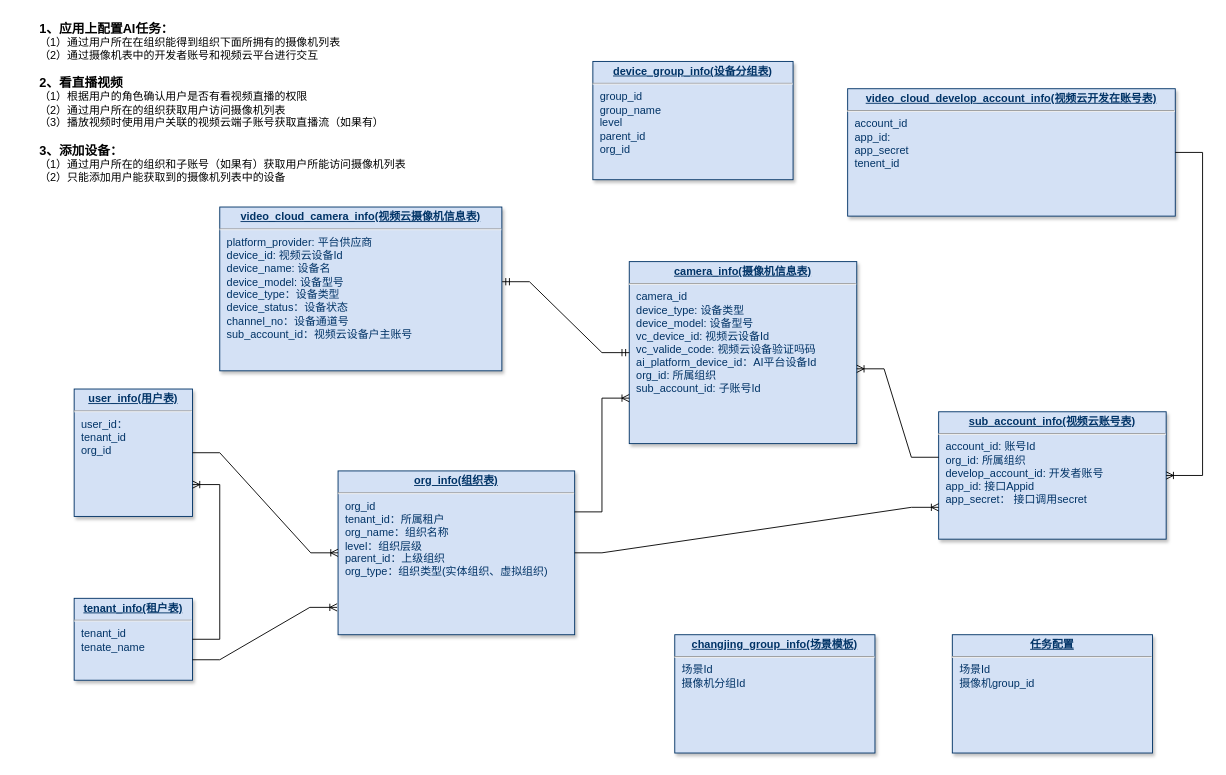
This is page "设备管理E-R图" (1 of 5) of 设备管理ER图.drawio from liushubao0109/drawio, a draw.io file, before an edit. Source tidied: cells renumbered, new cells numbered last; positions are measured from the earlier drawing's top-left corner, leaving out a move shared by most shapes. Both pictures are drawn from the tidied source at 91%, with x=0, y=0 at pixel (37, 15).
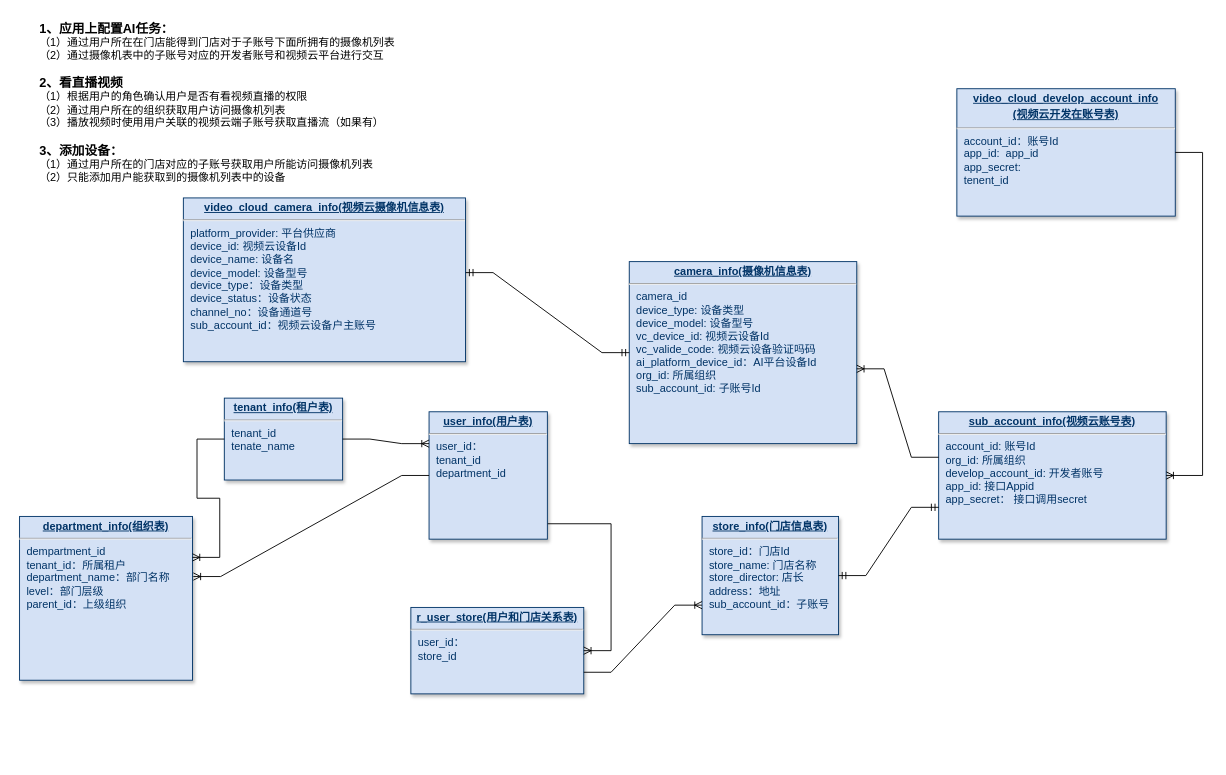
The same diagram, later.

The change refers to these unchanged cells:
```xml
<mxCell id="4" value="&lt;p style=&quot;margin: 0px; margin-top: 4px; text-align: center; text-decoration: underline;&quot;&gt;&lt;b&gt;camera_info(摄像机信息表)&lt;/b&gt;&lt;/p&gt;&lt;hr&gt;&lt;p style=&quot;margin: 0px; margin-left: 8px;&quot;&gt;camera_id&lt;/p&gt;&lt;p style=&quot;margin: 0px; margin-left: 8px;&quot;&gt;device_type: 设备类型&lt;/p&gt;&lt;p style=&quot;margin: 0px; margin-left: 8px;&quot;&gt;device_model: 设备型号&lt;/p&gt;&lt;p style=&quot;margin: 0px; margin-left: 8px;&quot;&gt;&lt;span style=&quot;background-color: initial;&quot;&gt;vc_device_id: 视频云设备Id&lt;/span&gt;&lt;/p&gt;&lt;p style=&quot;margin: 0px; margin-left: 8px;&quot;&gt;vc_valide_code: 视频云设备验证吗码&lt;/p&gt;&lt;p style=&quot;margin: 0px; margin-left: 8px;&quot;&gt;ai_platform_device_id：AI平台设备Id&lt;/p&gt;&lt;p style=&quot;margin: 0px; margin-left: 8px;&quot;&gt;org_id: 所属组织&lt;/p&gt;&lt;p style=&quot;margin: 0px; margin-left: 8px;&quot;&gt;&lt;span style=&quot;background-color: initial;&quot;&gt;sub_account_id: 子账号Id&lt;/span&gt;&lt;br&gt;&lt;/p&gt;" style="verticalAlign=top;align=left;overflow=fill;fontSize=12;fontFamily=Helvetica;html=1;strokeColor=#003366;shadow=1;fillColor=#D4E1F5;fontColor=#003366;" parent="1" vertex="1">
  <mxGeometry x="650" y="270" width="250" height="200" as="geometry" />
</mxCell>
<mxCell id="5" value="&lt;p style=&quot;margin: 0px; margin-top: 4px; text-align: center; text-decoration: underline;&quot;&gt;&lt;strong&gt;sub_account_info(视频云账号表)&lt;/strong&gt;&lt;/p&gt;&lt;hr&gt;&lt;p style=&quot;margin: 0px; margin-left: 8px;&quot;&gt;account_id: 账号Id&lt;/p&gt;&lt;p style=&quot;margin: 0px; margin-left: 8px;&quot;&gt;&lt;span style=&quot;background-color: initial;&quot;&gt;org_id: 所属组织&lt;/span&gt;&lt;br&gt;&lt;/p&gt;&lt;p style=&quot;margin: 0px; margin-left: 8px;&quot;&gt;develop_account_id: 开发者账号&lt;/p&gt;&lt;p style=&quot;margin: 0px; margin-left: 8px;&quot;&gt;&lt;span style=&quot;background-color: initial;&quot;&gt;app_id: 接口Appid&lt;/span&gt;&lt;br&gt;&lt;/p&gt;&lt;p style=&quot;margin: 0px; margin-left: 8px;&quot;&gt;app_secret： 接口调用secret&amp;nbsp;&lt;/p&gt;" style="verticalAlign=top;align=left;overflow=fill;fontSize=12;fontFamily=Helvetica;html=1;strokeColor=#003366;shadow=1;fillColor=#D4E1F5;fontColor=#003366;" parent="1" vertex="1">
  <mxGeometry x="990" y="435" width="250" height="140" as="geometry" />
</mxCell>
```

Diff of the diagram source:
```diff
@@
-    <mxCell id="2" value="&lt;p style=&quot;margin: 0px; margin-top: 4px; text-align: center; text-decoration: underline;&quot;&gt;&lt;b&gt;org_info(组织表)&lt;/b&gt;&lt;/p&gt;&lt;hr&gt;&lt;p style=&quot;margin: 0px 0px 0px 8px;&quot;&gt;org_id&lt;/p&gt;&lt;p style=&quot;margin: 0px 0px 0px 8px;&quot;&gt;tenant_id：所属租户&lt;/p&gt;&lt;p style=&quot;margin: 0px 0px 0px 8px;&quot;&gt;org_name：组织名称&lt;/p&gt;&lt;p style=&quot;margin: 0px 0px 0px 8px;&quot;&gt;level：组织层级&lt;/p&gt;&lt;p style=&quot;margin: 0px 0px 0px 8px;&quot;&gt;parent_id：上级组织&lt;/p&gt;&lt;p style=&quot;margin: 0px 0px 0px 8px;&quot;&gt;org_type：组织类型(实体组织、虚拟组织)&lt;/p&gt;&lt;p style=&quot;margin: 0px; margin-left: 8px;&quot;&gt;&lt;br&gt;&lt;/p&gt;" style="verticalAlign=top;align=left;overflow=fill;fontSize=12;fontFamily=Helvetica;html=1;strokeColor=#003366;shadow=1;fillColor=#D4E1F5;fontColor=#003366;" parent="1" vertex="1">
-      <mxGeometry x="330" y="500" width="260" height="180" as="geometry" />
+    <mxCell id="2" value="&lt;p style=&quot;margin: 0px; margin-top: 4px; text-align: center; text-decoration: underline;&quot;&gt;&lt;b&gt;department_info(组织表)&lt;/b&gt;&lt;/p&gt;&lt;hr&gt;&lt;p style=&quot;margin: 0px 0px 0px 8px;&quot;&gt;dempartment_id&lt;/p&gt;&lt;p style=&quot;margin: 0px 0px 0px 8px;&quot;&gt;tenant_id：所属租户&lt;/p&gt;&lt;p style=&quot;margin: 0px 0px 0px 8px;&quot;&gt;department_name：部门名称&lt;/p&gt;&lt;p style=&quot;margin: 0px 0px 0px 8px;&quot;&gt;level：部门层级&lt;/p&gt;&lt;p style=&quot;margin: 0px 0px 0px 8px;&quot;&gt;parent_id：上级组织&lt;/p&gt;&lt;p style=&quot;margin: 0px 0px 0px 8px;&quot;&gt;&lt;br&gt;&lt;/p&gt;" style="verticalAlign=top;align=left;overflow=fill;fontSize=12;fontFamily=Helvetica;html=1;strokeColor=#003366;shadow=1;fillColor=#D4E1F5;fontColor=#003366;" parent="1" vertex="1">
+      <mxGeometry x="-20" y="550" width="190" height="180" as="geometry" />
     </mxCell>
-    <mxCell id="3" value="&lt;p style=&quot;margin: 0px; margin-top: 4px; text-align: center; text-decoration: underline;&quot;&gt;&lt;strong&gt;device_group_info(设备分组表)&lt;/strong&gt;&lt;/p&gt;&lt;hr&gt;&lt;p style=&quot;margin: 0px; margin-left: 8px;&quot;&gt;group_id&lt;/p&gt;&lt;p style=&quot;margin: 0px; margin-left: 8px;&quot;&gt;group_name&lt;/p&gt;&lt;p style=&quot;margin: 0px; margin-left: 8px;&quot;&gt;level&lt;/p&gt;&lt;p style=&quot;margin: 0px; margin-left: 8px;&quot;&gt;parent_id&lt;/p&gt;&lt;p style=&quot;margin: 0px; margin-left: 8px;&quot;&gt;org_id&lt;/p&gt;&lt;p style=&quot;margin: 0px; margin-left: 8px;&quot;&gt;&lt;br&gt;&lt;/p&gt;" style="verticalAlign=top;align=left;overflow=fill;fontSize=12;fontFamily=Helvetica;html=1;strokeColor=#003366;shadow=1;fillColor=#D4E1F5;fontColor=#003366;" parent="1" vertex="1">
-      <mxGeometry x="610" y="50" width="220" height="130" as="geometry" />
-    </mxCell>
@@
     <mxCell id="6" value="&lt;p style=&quot;margin: 0px; margin-top: 4px; text-align: center; text-decoration: underline;&quot;&gt;&lt;b&gt;tenant_info(租户表)&lt;/b&gt;&lt;/p&gt;&lt;hr&gt;&lt;p style=&quot;margin: 0px; margin-left: 8px;&quot;&gt;&lt;span style=&quot;background-color: initial;&quot;&gt;tenant_id&lt;/span&gt;&lt;/p&gt;&lt;p style=&quot;margin: 0px; margin-left: 8px;&quot;&gt;tenate_name&lt;/p&gt;" style="verticalAlign=top;align=left;overflow=fill;fontSize=12;fontFamily=Helvetica;html=1;strokeColor=#003366;shadow=1;fillColor=#D4E1F5;fontColor=#003366;" parent="1" vertex="1">
-      <mxGeometry x="40" y="640" width="130" height="90" as="geometry" />
+      <mxGeometry x="205" y="420" width="130" height="90" as="geometry" />
     </mxCell>
-    <mxCell id="7" value="&lt;p style=&quot;margin: 0px; margin-top: 4px; text-align: center; text-decoration: underline;&quot;&gt;&lt;strong&gt;user_info(用户表)&lt;/strong&gt;&lt;/p&gt;&lt;hr&gt;&lt;p style=&quot;margin: 0px; margin-left: 8px;&quot;&gt;&lt;span style=&quot;background-color: initial;&quot;&gt;user_id：&lt;/span&gt;&lt;br&gt;&lt;/p&gt;&lt;p style=&quot;margin: 0px; margin-left: 8px;&quot;&gt;tenant_id&lt;/p&gt;&lt;p style=&quot;margin: 0px; margin-left: 8px;&quot;&gt;&lt;span style=&quot;background-color: initial;&quot;&gt;org_id&lt;/span&gt;&lt;/p&gt;" style="verticalAlign=top;align=left;overflow=fill;fontSize=12;fontFamily=Helvetica;html=1;strokeColor=#003366;shadow=1;fillColor=#D4E1F5;fontColor=#003366;" parent="1" vertex="1">
-      <mxGeometry x="40" y="410" width="130" height="140" as="geometry" />
+    <mxCell id="7" value="&lt;p style=&quot;margin: 0px; margin-top: 4px; text-align: center; text-decoration: underline;&quot;&gt;&lt;strong&gt;user_info(用户表)&lt;/strong&gt;&lt;/p&gt;&lt;hr&gt;&lt;p style=&quot;margin: 0px; margin-left: 8px;&quot;&gt;&lt;span style=&quot;background-color: initial;&quot;&gt;user_id：&lt;/span&gt;&lt;br&gt;&lt;/p&gt;&lt;p style=&quot;margin: 0px; margin-left: 8px;&quot;&gt;tenant_id&lt;/p&gt;&lt;p style=&quot;margin: 0px; margin-left: 8px;&quot;&gt;&lt;span style=&quot;background-color: initial;&quot;&gt;department_id&lt;/span&gt;&lt;/p&gt;&lt;p style=&quot;margin: 0px; margin-left: 8px;&quot;&gt;&lt;br&gt;&lt;/p&gt;" style="verticalAlign=top;align=left;overflow=fill;fontSize=12;fontFamily=Helvetica;html=1;strokeColor=#003366;shadow=1;fillColor=#D4E1F5;fontColor=#003366;" parent="1" vertex="1">
+      <mxGeometry x="430" y="435" width="130" height="140" as="geometry" />
     </mxCell>
-    <mxCell id="8" value="&lt;p style=&quot;margin: 0px; margin-top: 4px; text-align: center; text-decoration: underline;&quot;&gt;&lt;strong&gt;video_cloud_develop_account_info(视频云开发在账号表)&lt;/strong&gt;&lt;/p&gt;&lt;hr&gt;&lt;p style=&quot;margin: 0px; margin-left: 8px;&quot;&gt;account_id&lt;/p&gt;&lt;p style=&quot;margin: 0px; margin-left: 8px;&quot;&gt;&lt;span style=&quot;background-color: initial;&quot;&gt;app_id:&amp;nbsp;&lt;/span&gt;&lt;br&gt;&lt;/p&gt;&lt;p style=&quot;margin: 0px; margin-left: 8px;&quot;&gt;app_secret&lt;/p&gt;&lt;p style=&quot;margin: 0px; margin-left: 8px;&quot;&gt;tenent_id&lt;/p&gt;" style="verticalAlign=top;align=left;overflow=fill;fontSize=12;fontFamily=Helvetica;html=1;strokeColor=#003366;shadow=1;fillColor=#D4E1F5;fontColor=#003366;" parent="1" vertex="1">
-      <mxGeometry x="890" y="80" width="360" height="140" as="geometry" />
+    <mxCell id="8" value="&lt;p style=&quot;margin: 0px; margin-top: 4px; text-align: center; text-decoration: underline;&quot;&gt;&lt;strong&gt;video_cloud_develop_account_info&lt;/strong&gt;&lt;/p&gt;&lt;p style=&quot;margin: 0px; margin-top: 4px; text-align: center; text-decoration: underline;&quot;&gt;&lt;strong&gt;(视频云开发在账号表)&lt;/strong&gt;&lt;/p&gt;&lt;hr&gt;&lt;p style=&quot;margin: 0px; margin-left: 8px;&quot;&gt;account_id：账号Id&lt;/p&gt;&lt;p style=&quot;margin: 0px; margin-left: 8px;&quot;&gt;&lt;span style=&quot;background-color: initial;&quot;&gt;app_id:&amp;nbsp; app_id&lt;/span&gt;&lt;br&gt;&lt;/p&gt;&lt;p style=&quot;margin: 0px; margin-left: 8px;&quot;&gt;app_secret:&amp;nbsp;&lt;/p&gt;&lt;p style=&quot;margin: 0px; margin-left: 8px;&quot;&gt;tenent_id&lt;/p&gt;" style="verticalAlign=top;align=left;overflow=fill;fontSize=12;fontFamily=Helvetica;html=1;strokeColor=#003366;shadow=1;fillColor=#D4E1F5;fontColor=#003366;" parent="1" vertex="1">
+      <mxGeometry x="1010" y="80" width="240" height="140" as="geometry" />
     </mxCell>
-    <mxCell id="9" value="&lt;font style=&quot;font-size: 14px;&quot;&gt;&lt;b&gt;1、应用上配置AI任务：&lt;/b&gt;&lt;br&gt;&lt;/font&gt;（1）通过用户所在在组织能得到组织下面所拥有的摄像机列表&lt;br&gt;（2）通过摄像机表中的开发者账号和视频云平台进行交互&lt;br&gt;&lt;br&gt;&lt;font style=&quot;font-size: 14px;&quot;&gt;&lt;b&gt;2、看直播视频&lt;br&gt;&lt;/b&gt;&lt;/font&gt;（1）根据用户的角色确认用户是否有看视频直播的权限&lt;br&gt;（2）通过用户所在的组织获取用户访问摄像机列表&lt;br&gt;（3）播放视频时使用用户关联的视频云端子账号获取直播流（如果有）&lt;br&gt;&lt;br&gt;&lt;b&gt;&lt;font style=&quot;font-size: 14px;&quot;&gt;3、添加设备：&lt;/font&gt;&lt;/b&gt;&lt;br&gt;（1）通过用户所在的组织和子账号（如果有）获取用户所能访问摄像机列表&lt;br&gt;（2）只能添加用户能获取到的摄像机列表中的设备" style="text;html=1;strokeColor=none;fillColor=none;align=left;verticalAlign=middle;whiteSpace=wrap;rounded=0;" parent="1" vertex="1">
+    <mxCell id="9" value="&lt;font style=&quot;font-size: 14px;&quot;&gt;&lt;b&gt;1、应用上配置AI任务：&lt;/b&gt;&lt;br&gt;&lt;/font&gt;（1）通过用户所在在门店能得到门店对于子账号下面所拥有的摄像机列表&lt;br&gt;（2）通过摄像机表中的子账号对应的开发者账号和视频云平台进行交互&lt;br&gt;&lt;br&gt;&lt;font style=&quot;font-size: 14px;&quot;&gt;&lt;b&gt;2、看直播视频&lt;br&gt;&lt;/b&gt;&lt;/font&gt;（1）根据用户的角色确认用户是否有看视频直播的权限&lt;br&gt;（2）通过用户所在的组织获取用户访问摄像机列表&lt;br&gt;（3）播放视频时使用用户关联的视频云端子账号获取直播流（如果有）&lt;br&gt;&lt;br&gt;&lt;b&gt;&lt;font style=&quot;font-size: 14px;&quot;&gt;3、添加设备：&lt;/font&gt;&lt;/b&gt;&lt;br&gt;（1）通过用户所在的门店对应的子账号获取用户所能访问摄像机列表&lt;br&gt;（2）只能添加用户能获取到的摄像机列表中的设备" style="text;html=1;strokeColor=none;fillColor=none;align=left;verticalAlign=middle;whiteSpace=wrap;rounded=0;" parent="1" vertex="1">
       <mxGeometry width="540" height="190" as="geometry" />
     </mxCell>
     <mxCell id="10" value="&lt;p style=&quot;margin: 0px; margin-top: 4px; text-align: center; text-decoration: underline;&quot;&gt;&lt;b&gt;video_cloud_camera_info(视频云摄像机信息表)&lt;/b&gt;&lt;/p&gt;&lt;hr&gt;&lt;p style=&quot;margin: 0px; margin-left: 8px;&quot;&gt;platform_provider: 平台供应商&lt;/p&gt;&lt;p style=&quot;margin: 0px; margin-left: 8px;&quot;&gt;&lt;span style=&quot;background-color: initial;&quot;&gt;device_id: 视频云设备Id&lt;/span&gt;&lt;/p&gt;&lt;p style=&quot;margin: 0px; margin-left: 8px;&quot;&gt;device_name: 设备名&lt;/p&gt;&lt;p style=&quot;margin: 0px; margin-left: 8px;&quot;&gt;device_model: 设备型号&lt;/p&gt;&lt;p style=&quot;margin: 0px; margin-left: 8px;&quot;&gt;device_type：设备类型&lt;/p&gt;&lt;p style=&quot;margin: 0px; margin-left: 8px;&quot;&gt;device_status：设备状态&lt;/p&gt;&lt;p style=&quot;margin: 0px; margin-left: 8px;&quot;&gt;channel_no：设备通道号&lt;/p&gt;&lt;p style=&quot;margin: 0px 0px 0px 8px;&quot;&gt;&lt;span style=&quot;background-color: initial;&quot;&gt;sub_account_id：视频云设备户主账号&lt;/span&gt;&lt;br&gt;&lt;/p&gt;&lt;p style=&quot;margin: 0px; margin-left: 8px;&quot;&gt;&lt;br&gt;&lt;/p&gt;&lt;p style=&quot;margin: 0px; margin-left: 8px;&quot;&gt;&lt;br&gt;&lt;/p&gt;" style="verticalAlign=top;align=left;overflow=fill;fontSize=12;fontFamily=Helvetica;html=1;strokeColor=#003366;shadow=1;fillColor=#D4E1F5;fontColor=#003366;" parent="1" vertex="1">
-      <mxGeometry x="200" y="210" width="310" height="180" as="geometry" />
+      <mxGeometry x="160" y="200" width="310" height="180" as="geometry" />
     </mxCell>
@@
-    <mxCell id="13" style="edgeStyle=entityRelationEdgeStyle;fontSize=12;html=1;endArrow=ERoneToMany;rounded=0;fontColor=#000000;entryX=-0.004;entryY=0.833;entryDx=0;entryDy=0;entryPerimeter=0;exitX=1;exitY=0.75;exitDx=0;exitDy=0;" parent="1" edge="1" source="6" target="2">
+    <mxCell id="13" style="edgeStyle=entityRelationEdgeStyle;fontSize=12;html=1;endArrow=ERoneToMany;rounded=0;fontColor=#000000;entryX=1;entryY=0.25;entryDx=0;entryDy=0;" parent="1" edge="1" source="6" target="2">
       <mxGeometry relative="1" as="geometry" />
     </mxCell>
-    <mxCell id="14" style="edgeStyle=entityRelationEdgeStyle;fontSize=12;html=1;endArrow=ERoneToMany;rounded=0;fontColor=#000000;exitX=1;exitY=0.25;exitDx=0;exitDy=0;entryX=0;entryY=0.75;entryDx=0;entryDy=0;" parent="1" edge="1" source="2" target="4">
-      <mxGeometry relative="1" as="geometry" />
-    </mxCell>
-    <mxCell id="15" style="edgeStyle=entityRelationEdgeStyle;fontSize=12;html=1;endArrow=ERoneToMany;rounded=0;fontColor=#000000;entryX=0;entryY=0.75;entryDx=0;entryDy=0;" parent="1" edge="1" source="2" target="5">
-      <mxGeometry relative="1" as="geometry" />
-    </mxCell>
-    <mxCell id="16" style="edgeStyle=entityRelationEdgeStyle;fontSize=12;html=1;endArrow=ERoneToMany;rounded=0;fontColor=#000000;exitX=1;exitY=0.5;exitDx=0;exitDy=0;entryX=0;entryY=0.5;entryDx=0;entryDy=0;" parent="1" edge="1" source="7" target="2">
+    <mxCell id="16" style="edgeStyle=entityRelationEdgeStyle;fontSize=12;html=1;endArrow=ERoneToMany;rounded=0;fontColor=#000000;entryX=1.005;entryY=0.367;entryDx=0;entryDy=0;entryPerimeter=0;" parent="1" edge="1" source="7" target="2">
       <mxGeometry relative="1" as="geometry" />
     </mxCell>
@@
-    <mxCell id="18" style="edgeStyle=entityRelationEdgeStyle;fontSize=12;html=1;endArrow=ERoneToMany;rounded=0;entryX=1;entryY=0.75;entryDx=0;entryDy=0;" parent="1" edge="1" source="6" target="7">
+    <mxCell id="18" style="edgeStyle=entityRelationEdgeStyle;fontSize=12;html=1;endArrow=ERoneToMany;rounded=0;entryX=0;entryY=0.25;entryDx=0;entryDy=0;" parent="1" edge="1" source="6" target="7">
       <mxGeometry relative="1" as="geometry" />
     </mxCell>
-    <mxCell id="19" value="&lt;p style=&quot;margin: 0px; margin-top: 4px; text-align: center; text-decoration: underline;&quot;&gt;&lt;strong&gt;changjing_group_info(场景模板)&lt;/strong&gt;&lt;/p&gt;&lt;hr&gt;&lt;p style=&quot;margin: 0px; margin-left: 8px;&quot;&gt;场景Id&lt;/p&gt;&lt;p style=&quot;margin: 0px; margin-left: 8px;&quot;&gt;摄像机分组Id&lt;/p&gt;" style="verticalAlign=top;align=left;overflow=fill;fontSize=12;fontFamily=Helvetica;html=1;strokeColor=#003366;shadow=1;fillColor=#D4E1F5;fontColor=#003366;" parent="1" vertex="1">
-      <mxGeometry x="700" y="680" width="220" height="130" as="geometry" />
+    <mxCell id="19" value="&lt;p style=&quot;margin: 0px; margin-top: 4px; text-align: center; text-decoration: underline;&quot;&gt;&lt;strong&gt;store_info(门店信息表)&lt;/strong&gt;&lt;/p&gt;&lt;hr&gt;&lt;p style=&quot;margin: 0px; margin-left: 8px;&quot;&gt;store_id：门店Id&lt;/p&gt;&lt;p style=&quot;margin: 0px; margin-left: 8px;&quot;&gt;store_name: 门店名称&lt;/p&gt;&lt;p style=&quot;margin: 0px; margin-left: 8px;&quot;&gt;store_director: 店长&lt;/p&gt;&lt;p style=&quot;margin: 0px; margin-left: 8px;&quot;&gt;address：地址&lt;/p&gt;&lt;p style=&quot;margin: 0px; margin-left: 8px;&quot;&gt;sub_account_id：子账号&lt;/p&gt;" style="verticalAlign=top;align=left;overflow=fill;fontSize=12;fontFamily=Helvetica;html=1;strokeColor=#003366;shadow=1;fillColor=#D4E1F5;fontColor=#003366;" parent="1" vertex="1">
+      <mxGeometry x="730" y="550" width="150" height="130" as="geometry" />
     </mxCell>
-    <mxCell id="20" value="&lt;p style=&quot;margin: 0px; margin-top: 4px; text-align: center; text-decoration: underline;&quot;&gt;&lt;strong&gt;任务配置&lt;/strong&gt;&lt;/p&gt;&lt;hr&gt;&lt;p style=&quot;margin: 0px; margin-left: 8px;&quot;&gt;场景Id&lt;/p&gt;&lt;p style=&quot;margin: 0px; margin-left: 8px;&quot;&gt;摄像机group_id&lt;/p&gt;&lt;p style=&quot;margin: 0px; margin-left: 8px;&quot;&gt;&lt;br&gt;&lt;/p&gt;" style="verticalAlign=top;align=left;overflow=fill;fontSize=12;fontFamily=Helvetica;html=1;strokeColor=#003366;shadow=1;fillColor=#D4E1F5;fontColor=#003366;" parent="1" vertex="1">
-      <mxGeometry x="1005" y="680" width="220" height="130" as="geometry" />
-    </mxCell>
+    <mxCell id="21" value="&lt;p style=&quot;margin: 0px; margin-top: 4px; text-align: center; text-decoration: underline;&quot;&gt;&lt;strong&gt;r_user_store(用户和门店关系表)&lt;/strong&gt;&lt;/p&gt;&lt;hr&gt;&lt;p style=&quot;margin: 0px; margin-left: 8px;&quot;&gt;&lt;span style=&quot;background-color: initial;&quot;&gt;user_id：&lt;/span&gt;&lt;/p&gt;&lt;p style=&quot;margin: 0px; margin-left: 8px;&quot;&gt;&lt;span style=&quot;background-color: initial;&quot;&gt;store_id&lt;/span&gt;&lt;/p&gt;" style="verticalAlign=top;align=left;overflow=fill;fontSize=12;fontFamily=Helvetica;html=1;strokeColor=#003366;shadow=1;fillColor=#D4E1F5;fontColor=#003366;" parent="1" vertex="1">
+      <mxGeometry x="410" y="650" width="190" height="95" as="geometry" />
+    </mxCell>
+    <mxCell id="22" style="edgeStyle=entityRelationEdgeStyle;fontSize=12;html=1;endArrow=ERoneToMany;rounded=0;exitX=1.003;exitY=0.879;exitDx=0;exitDy=0;exitPerimeter=0;" parent="1" edge="1" source="7" target="21">
+      <mxGeometry relative="1" as="geometry" />
+    </mxCell>
+    <mxCell id="23" style="edgeStyle=entityRelationEdgeStyle;fontSize=12;html=1;endArrow=ERoneToMany;rounded=0;exitX=1;exitY=0.75;exitDx=0;exitDy=0;entryX=0;entryY=0.75;entryDx=0;entryDy=0;" parent="1" edge="1" source="21" target="19">
+      <mxGeometry relative="1" as="geometry" />
+    </mxCell>
+    <mxCell id="24" style="edgeStyle=entityRelationEdgeStyle;fontSize=12;html=1;endArrow=ERmandOne;startArrow=ERmandOne;rounded=0;exitX=1;exitY=0.5;exitDx=0;exitDy=0;entryX=0;entryY=0.75;entryDx=0;entryDy=0;" parent="1" edge="1" source="19" target="5">
+      <mxGeometry relative="1" as="geometry" />
+    </mxCell>
```
